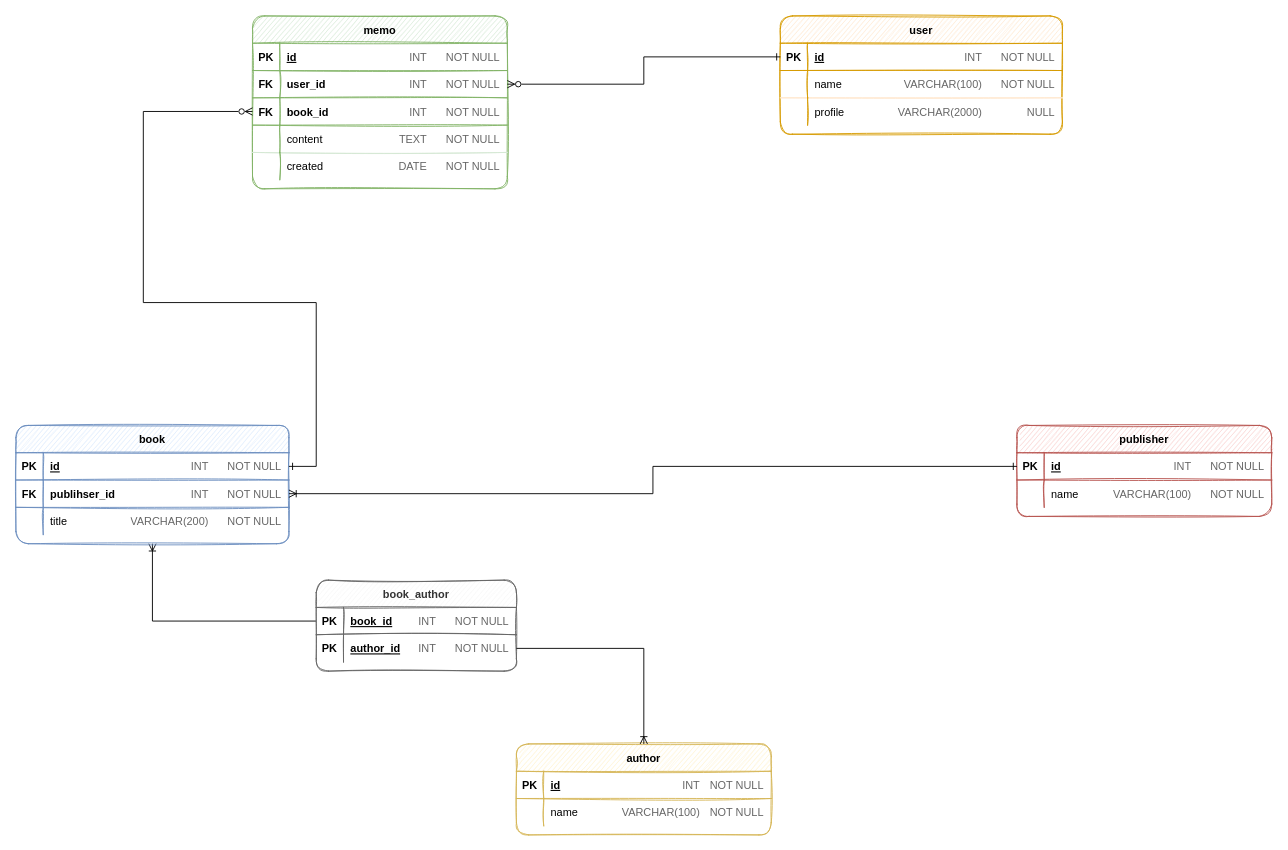
This is page "erd - table" (2 of 2) of erd.drawio from sunnybyeon/book-note, a draw.io file, before an edit. Source tidied: cells renumbered, new cells numbered last; positions are measured from the earlier drawing's top-left corner, leaving out a move shared by most shapes. Both pictures are drawn from the tidied source at 91%, with x=0, y=0 at pixel (15, 15).
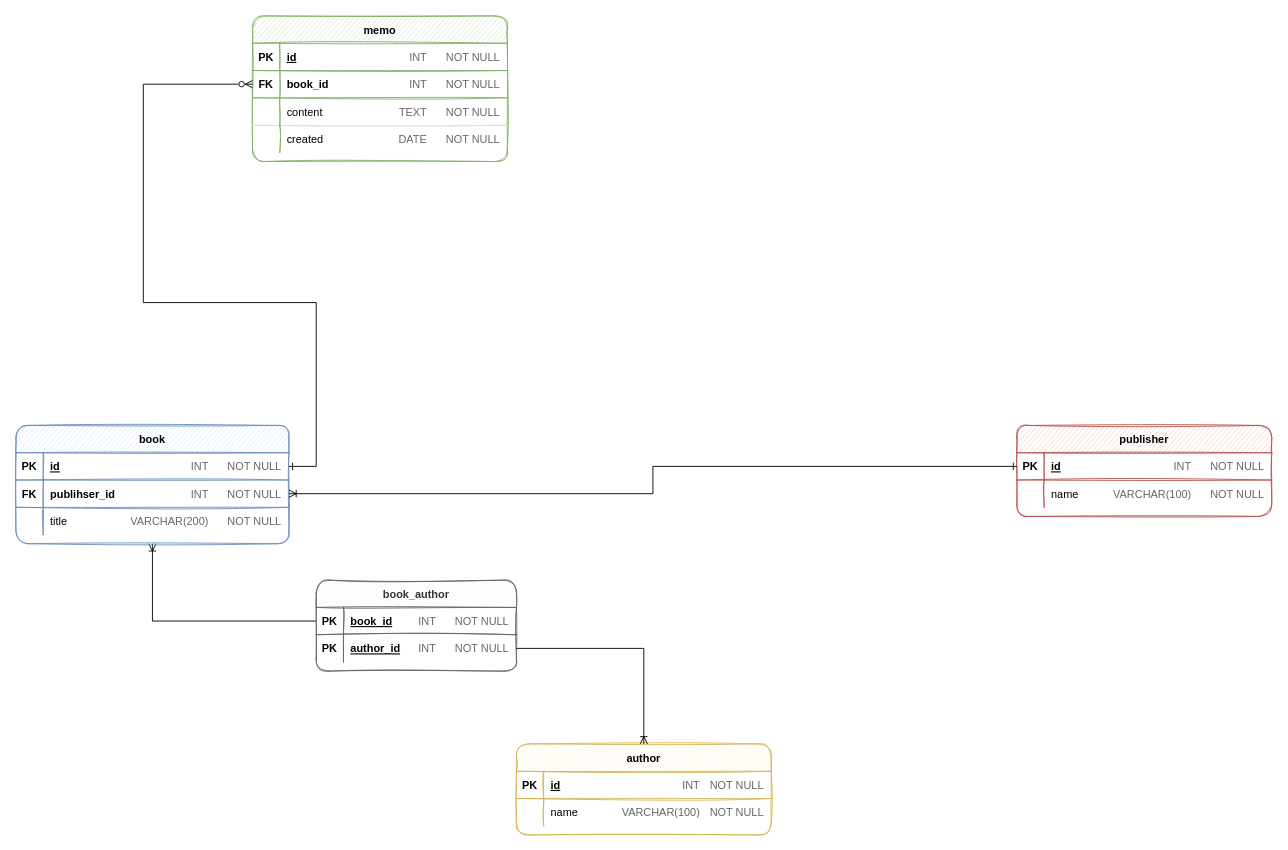
Above is the later version.

Commit message (it also covers changes not shown here):
deleted user table from db

Unchanged cells that the change refers to:
```xml
<mxCell id="47" style="shape=partialRectangle;fillColor=none;top=0;left=0;bottom=1;right=0;points=[[0,0.5],[1,0.5]];portConstraint=eastwest;rounded=1;sketch=1;fontFamily=Gowun Dodum;strokeColor=#6C8EBF;" parent="46" vertex="1">
  <mxGeometry y="30" width="300" height="30" as="geometry" />
</mxCell>
```

Change to the diagram source:
```diff
@@
     <mxCell id="2" value="memo" style="shape=table;startSize=30;childLayout=tableLayout;rowLines=0;fontStyle=1;align=center;rounded=1;sketch=1;fontFamily=Gowun Dodum;fillColor=#d5e8d4;strokeColor=#82b366;columnLines=0;" parent="1" vertex="1">
-      <mxGeometry x="260" width="280" height="190" as="geometry" />
+      <mxGeometry x="260" width="280" height="160" as="geometry" />
     </mxCell>
@@
-    <mxCell id="8" style="shape=partialRectangle;fillColor=none;top=0;left=0;bottom=1;right=0;points=[[0,0.5],[1,0.5]];portConstraint=eastwest;rounded=1;sketch=1;fontFamily=Gowun Dodum;strokeColor=#82B366;" parent="2" vertex="1">
-      <mxGeometry y="60" width="280" height="30" as="geometry" />
-    </mxCell>
-    <mxCell id="9" value="FK" style="shape=partialRectangle;fillColor=none;top=0;left=0;bottom=0;right=1;fontStyle=1;overflow=hidden;rounded=1;sketch=1;fontFamily=Gowun Dodum;strokeColor=#82B366;" parent="8" vertex="1">
-      <mxGeometry width="30" height="30" as="geometry" />
-    </mxCell>
-    <mxCell id="10" value="user_id" style="shape=partialRectangle;fillColor=none;top=0;left=0;bottom=0;right=0;align=left;spacingLeft=6;fontStyle=1;overflow=hidden;rounded=1;sketch=1;fontFamily=Gowun Dodum;strokeWidth=1;" parent="8" vertex="1">
-      <mxGeometry x="30" width="70" height="30" as="geometry" />
-    </mxCell>
-    <mxCell id="11" value="INT" style="shape=partialRectangle;fillColor=none;top=0;left=0;bottom=0;right=0;align=right;spacingLeft=6;fontStyle=0;overflow=hidden;rounded=1;sketch=1;fontFamily=Gowun Dodum;fontColor=#666666;spacingRight=6;" parent="8" vertex="1">
-      <mxGeometry x="100" width="100" height="30" as="geometry" />
-    </mxCell>
-    <mxCell id="12" value="NOT NULL" style="shape=partialRectangle;fillColor=none;top=0;left=0;bottom=0;right=0;align=right;spacingLeft=0;fontStyle=0;overflow=hidden;rounded=1;sketch=1;fontFamily=Gowun Dodum;fontColor=#666666;spacingRight=6;" parent="8" vertex="1">
-      <mxGeometry x="200" width="80" height="30" as="geometry" />
-    </mxCell>
     <mxCell id="13" style="shape=partialRectangle;fillColor=none;top=0;left=0;bottom=1;right=0;points=[[0,0.5],[1,0.5]];portConstraint=eastwest;rounded=1;sketch=1;fontFamily=Gowun Dodum;strokeColor=#82B366;" parent="2" vertex="1">
-      <mxGeometry y="90" width="280" height="30" as="geometry" />
+      <mxGeometry y="60" width="280" height="30" as="geometry" />
     </mxCell>
@@
     <mxCell id="18" style="shape=partialRectangle;fillColor=none;top=0;left=0;bottom=1;right=0;rounded=1;sketch=1;fontFamily=Gowun Dodum;strokeColor=#D5E8D4;" parent="2" vertex="1">
-      <mxGeometry y="120" width="280" height="30" as="geometry" />
+      <mxGeometry y="90" width="280" height="30" as="geometry" />
     </mxCell>
@@
     <mxCell id="23" style="shape=partialRectangle;fillColor=none;top=0;left=0;bottom=0;right=0;rounded=1;sketch=1;fontFamily=Gowun Dodum;" parent="2" vertex="1">
-      <mxGeometry y="150" width="280" height="30" as="geometry" />
+      <mxGeometry y="120" width="280" height="30" as="geometry" />
     </mxCell>
@@
-    <mxCell id="28" value="user" style="shape=table;startSize=30;childLayout=tableLayout;rowLines=0;fontStyle=1;align=center;rounded=1;sketch=1;fontFamily=Gowun Dodum;fillColor=#ffe6cc;strokeColor=#d79b00;columnLines=0;" parent="1" vertex="1">
-      <mxGeometry x="840" width="310" height="130" as="geometry" />
-    </mxCell>
-    <mxCell id="29" style="shape=partialRectangle;fillColor=none;top=0;left=0;bottom=1;right=0;points=[[0,0.5],[1,0.5]];portConstraint=eastwest;rounded=1;sketch=1;fontFamily=Gowun Dodum;strokeColor=#D79B00;" parent="28" vertex="1">
-      <mxGeometry y="30" width="310" height="30" as="geometry" />
-    </mxCell>
-    <mxCell id="30" value="PK" style="shape=partialRectangle;fillColor=none;top=0;left=0;bottom=0;right=1;fontStyle=1;overflow=hidden;rounded=1;sketch=1;fontFamily=Gowun Dodum;strokeColor=#D79B00;" parent="29" vertex="1">
-      <mxGeometry width="30" height="30" as="geometry" />
-    </mxCell>
-    <mxCell id="31" value="id" style="shape=partialRectangle;fillColor=none;top=0;left=0;bottom=0;right=0;align=left;spacingLeft=6;fontStyle=5;overflow=hidden;rounded=1;sketch=1;fontFamily=Gowun Dodum;strokeWidth=1;" parent="29" vertex="1">
-      <mxGeometry x="30" width="90" height="30" as="geometry" />
-    </mxCell>
-    <mxCell id="32" value="INT" style="shape=partialRectangle;fillColor=none;top=0;left=0;bottom=0;right=0;align=right;spacingLeft=6;fontStyle=0;overflow=hidden;rounded=1;sketch=1;fontFamily=Gowun Dodum;fontColor=#666666;spacingRight=6;" parent="29" vertex="1">
-      <mxGeometry x="120" width="110" height="30" as="geometry" />
-    </mxCell>
-    <mxCell id="33" value="NOT NULL" style="shape=partialRectangle;fillColor=none;top=0;left=0;bottom=0;right=0;align=right;spacingLeft=0;fontStyle=0;overflow=hidden;rounded=1;sketch=1;fontFamily=Gowun Dodum;fontColor=#666666;spacingRight=6;" parent="29" vertex="1">
-      <mxGeometry x="230" width="80" height="30" as="geometry" />
-    </mxCell>
-    <mxCell id="34" style="shape=partialRectangle;fillColor=none;top=0;left=0;bottom=1;right=0;rounded=1;sketch=1;fontFamily=Gowun Dodum;strokeColor=#FFE6CC;" parent="28" vertex="1">
-      <mxGeometry y="60" width="310" height="30" as="geometry" />
-    </mxCell>
-    <mxCell id="35" style="shape=partialRectangle;fillColor=none;top=0;left=0;bottom=0;right=1;overflow=hidden;rounded=1;sketch=1;fontFamily=Gowun Dodum;strokeColor=#D79B00;" parent="34" vertex="1">
-      <mxGeometry width="30" height="30" as="geometry" />
-    </mxCell>
-    <mxCell id="36" value="name" style="shape=partialRectangle;fillColor=none;top=0;left=0;bottom=0;right=0;align=left;spacingLeft=6;overflow=hidden;rounded=1;sketch=1;fontFamily=Gowun Dodum;" parent="34" vertex="1">
-      <mxGeometry x="30" width="90" height="30" as="geometry" />
-    </mxCell>
-    <mxCell id="37" value="VARCHAR(100)" style="shape=partialRectangle;fillColor=none;top=0;left=0;bottom=0;right=0;align=right;spacingLeft=6;overflow=hidden;rounded=1;sketch=1;fontFamily=Gowun Dodum;spacingRight=6;fontColor=#666666;" parent="34" vertex="1">
-      <mxGeometry x="120" width="110" height="30" as="geometry" />
-    </mxCell>
-    <mxCell id="38" value="NOT NULL" style="shape=partialRectangle;fillColor=none;top=0;left=0;bottom=0;right=0;align=right;spacingLeft=0;overflow=hidden;rounded=1;sketch=1;fontFamily=Gowun Dodum;spacingRight=6;fontColor=#666666;" parent="34" vertex="1">
-      <mxGeometry x="230" width="80" height="30" as="geometry" />
-    </mxCell>
-    <mxCell id="39" style="shape=partialRectangle;fillColor=none;top=0;left=0;bottom=0;right=0;rounded=1;sketch=1;fontFamily=Gowun Dodum;" parent="28" vertex="1">
-      <mxGeometry y="90" width="310" height="30" as="geometry" />
-    </mxCell>
-    <mxCell id="40" style="shape=partialRectangle;fillColor=none;top=0;left=0;bottom=0;right=1;overflow=hidden;rounded=1;sketch=1;fontFamily=Gowun Dodum;strokeColor=#D79B00;" parent="39" vertex="1">
-      <mxGeometry width="30" height="30" as="geometry" />
-    </mxCell>
-    <mxCell id="41" value="profile" style="shape=partialRectangle;fillColor=none;top=0;left=0;bottom=0;right=0;align=left;spacingLeft=6;overflow=hidden;rounded=1;sketch=1;fontFamily=Gowun Dodum;" parent="39" vertex="1">
-      <mxGeometry x="30" width="90" height="30" as="geometry" />
-    </mxCell>
-    <mxCell id="42" value="VARCHAR(2000)" style="shape=partialRectangle;fillColor=none;top=0;left=0;bottom=0;right=0;align=right;spacingLeft=6;overflow=hidden;rounded=1;sketch=1;fontFamily=Gowun Dodum;spacingRight=6;fontColor=#666666;" parent="39" vertex="1">
-      <mxGeometry x="120" width="110" height="30" as="geometry" />
-    </mxCell>
-    <mxCell id="43" value="NULL" style="shape=partialRectangle;fillColor=none;top=0;left=0;bottom=0;right=0;align=right;spacingLeft=0;overflow=hidden;rounded=1;sketch=1;fontFamily=Gowun Dodum;spacingRight=6;fontColor=#666666;" parent="39" vertex="1">
-      <mxGeometry x="230" width="80" height="30" as="geometry" />
-    </mxCell>
-    <mxCell id="44" style="edgeStyle=orthogonalEdgeStyle;rounded=0;jettySize=auto;html=1;entryX=0;entryY=0.5;entryDx=0;entryDy=0;fontFamily=Gowun Dodum;fontColor=#666666;startArrow=ERzeroToMany;startFill=0;endArrow=ERone;endFill=0;" parent="1" edge="1" source="8" target="29">
-      <mxGeometry relative="1" as="geometry" />
-    </mxCell>
@@
     <mxCell id="62" style="edgeStyle=orthogonalEdgeStyle;rounded=0;jettySize=auto;html=1;entryX=0;entryY=0.5;entryDx=0;entryDy=0;fontFamily=Gowun Dodum;fontColor=#666666;startArrow=ERone;startFill=0;endArrow=ERzeroToMany;endFill=0;" parent="1" edge="1" source="47" target="13">
       <mxGeometry relative="1" as="geometry">
         <Array as="points">
           <mxPoint x="330" y="495" />
           <mxPoint x="330" y="315" />
           <mxPoint x="140" y="315" />
-          <mxPoint x="140" y="105" />
+          <mxPoint x="140" y="75" />
         </Array>
       </mxGeometry>
     </mxCell>
```
